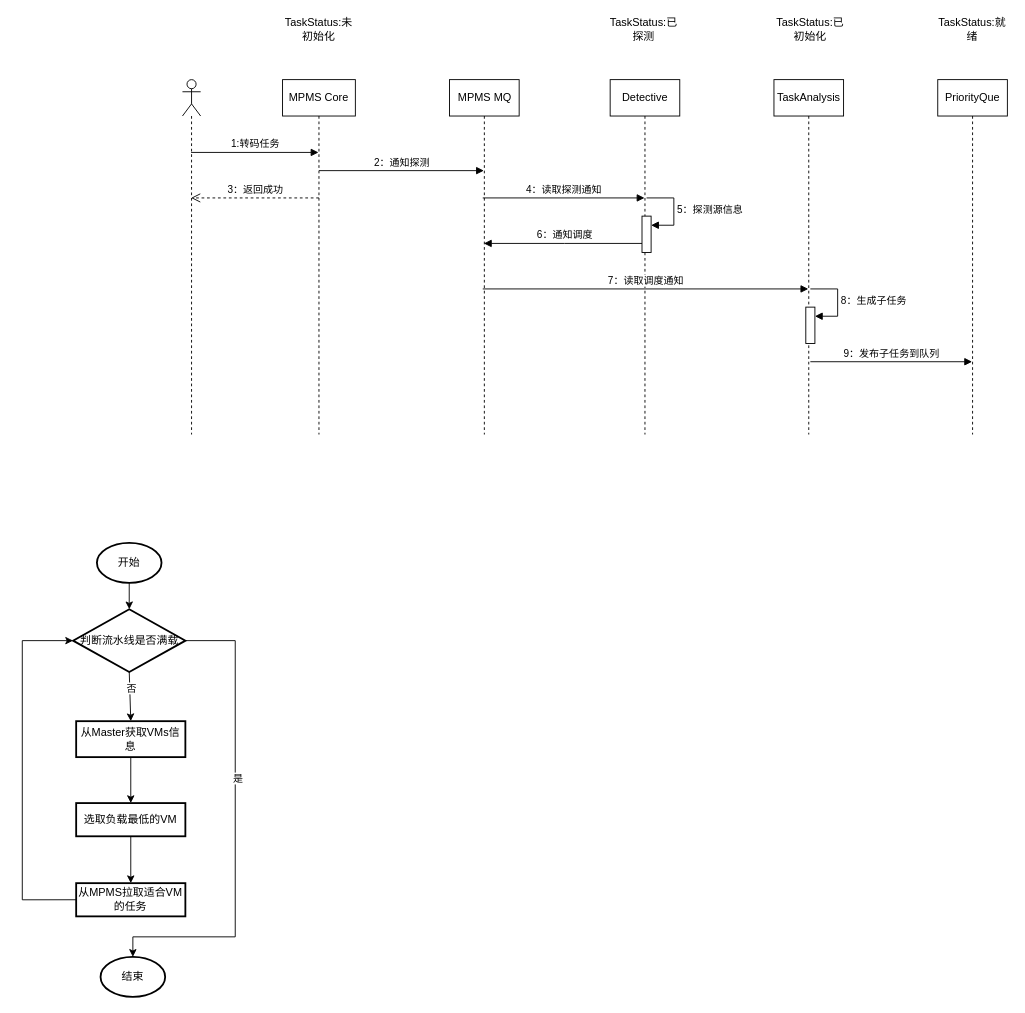
zebra-min/my-design keeps this draw.io diagram as page "顺序图" (3 of 3) of 梧桐.drawio. Above is the earlier version. Source tidied: cells renumbered, new cells numbered last; positions are measured from the earlier drawing's top-left corner, leaving out a move shared by most shapes. Both pictures are drawn from the tidied source at 91%, with x=0, y=0 at pixel (22, 15).
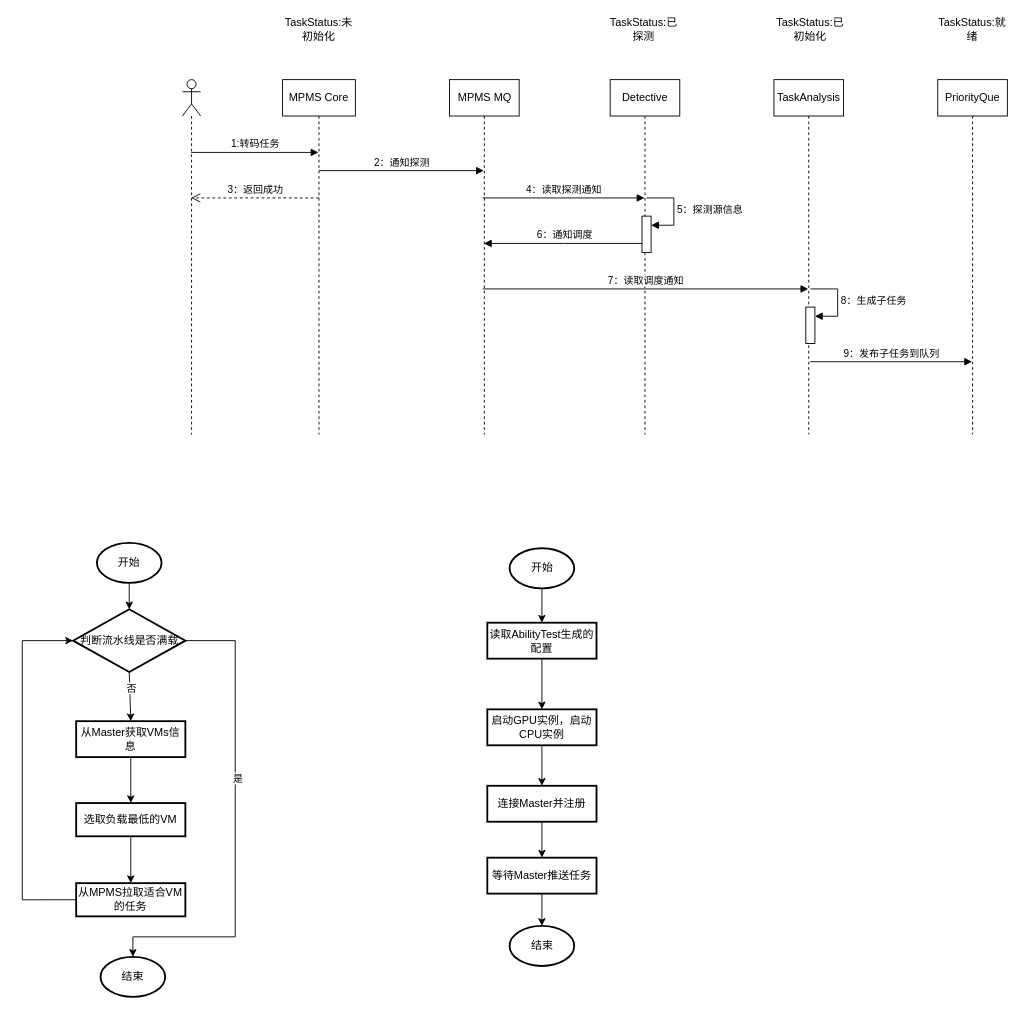
Above is the later version.

Diff of the diagram source:
```diff
@@
+    <mxCell id="37" style="edgeStyle=orthogonalEdgeStyle;rounded=0;jettySize=auto;html=1;exitX=0.5;exitY=1;exitDx=0;exitDy=0;exitPerimeter=0;entryX=0.5;entryY=0;entryDx=0;entryDy=0;" parent="1" edge="1" source="38" target="40">
+      <mxGeometry relative="1" as="geometry" />
+    </mxCell>
+    <mxCell id="38" value="开始" style="strokeWidth=2;html=1;shape=mxgraph.flowchart.start_1;whiteSpace=wrap;" parent="1" vertex="1">
+      <mxGeometry x="535.5" y="585" width="71" height="44" as="geometry" />
+    </mxCell>
+    <mxCell id="39" style="edgeStyle=orthogonalEdgeStyle;rounded=0;jettySize=auto;html=1;" parent="1" edge="1" source="40" target="42">
+      <mxGeometry relative="1" as="geometry" />
+    </mxCell>
+    <mxCell id="40" value="读取AbilityTest生成的配置" style="whiteSpace=wrap;html=1;strokeWidth=2;" parent="1" vertex="1">
+      <mxGeometry x="511" y="666.8" width="120" height="39.5" as="geometry" />
+    </mxCell>
+    <mxCell id="41" style="edgeStyle=orthogonalEdgeStyle;rounded=0;jettySize=auto;html=1;exitX=0.5;exitY=1;exitDx=0;exitDy=0;entryX=0.5;entryY=0;entryDx=0;entryDy=0;" parent="1" edge="1" source="42" target="44">
+      <mxGeometry relative="1" as="geometry" />
+    </mxCell>
+    <mxCell id="42" value="启动GPU实例，启动CPU实例" style="whiteSpace=wrap;html=1;strokeWidth=2;" parent="1" vertex="1">
+      <mxGeometry x="511" y="762" width="120" height="39.5" as="geometry" />
+    </mxCell>
+    <mxCell id="43" style="edgeStyle=orthogonalEdgeStyle;rounded=0;jettySize=auto;html=1;" parent="1" edge="1" source="44" target="45">
+      <mxGeometry relative="1" as="geometry" />
+    </mxCell>
+    <mxCell id="44" value="连接Master并注册" style="whiteSpace=wrap;html=1;strokeWidth=2;" parent="1" vertex="1">
+      <mxGeometry x="511" y="846" width="120" height="39.5" as="geometry" />
+    </mxCell>
+    <mxCell id="45" value="等待Master推送任务" style="whiteSpace=wrap;html=1;strokeWidth=2;" parent="1" vertex="1">
+      <mxGeometry x="511" y="925" width="120" height="39.5" as="geometry" />
+    </mxCell>
+    <mxCell id="46" value="结束" style="strokeWidth=2;html=1;shape=mxgraph.flowchart.start_1;whiteSpace=wrap;" parent="1" vertex="1">
+      <mxGeometry x="535.5" y="1000" width="71" height="44" as="geometry" />
+    </mxCell>
+    <mxCell id="47" style="edgeStyle=orthogonalEdgeStyle;rounded=0;jettySize=auto;html=1;exitX=0.5;exitY=1;exitDx=0;exitDy=0;entryX=0.5;entryY=0;entryDx=0;entryDy=0;entryPerimeter=0;" parent="1" edge="1" source="45" target="46">
+      <mxGeometry relative="1" as="geometry" />
+    </mxCell>
```
